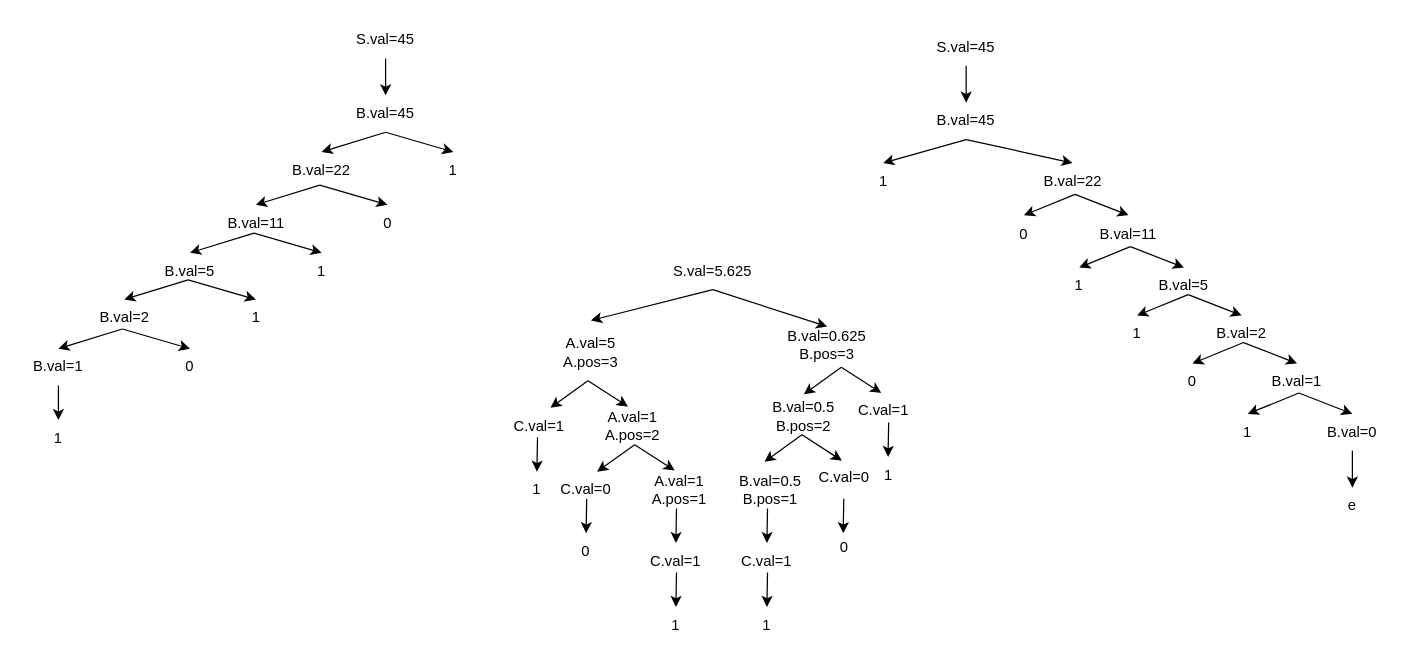
Earlier version of the draw.io diagram 编译原理作业7.drawio (ZYNsama666/BackUp). Source tidied: cells renumbered, new cells numbered last; positions are measured from the earlier drawing's top-left corner, leaving out a move shared by most shapes. Both pictures are drawn from the tidied source at 123%, with x=0, y=0 at pixel (21, 21).
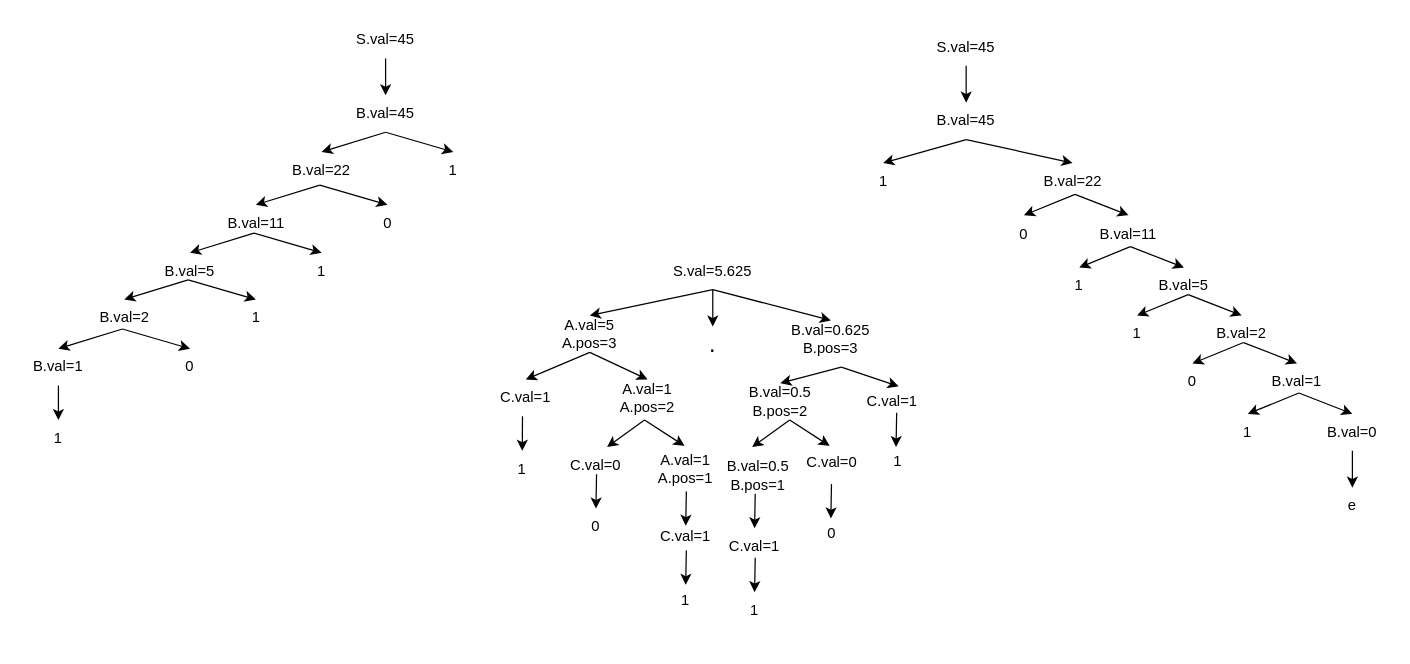
The same page after the edit.

Commit message (it also covers changes not shown here):
更新编译原理作业7.drawio

The change refers to these unchanged cells:
```xml
<mxCell id="56" value="S.val=5.625" style="text;html=1;strokeColor=none;fillColor=none;align=center;verticalAlign=middle;whiteSpace=wrap;rounded=0;" parent="1" vertex="1">
  <mxGeometry x="532" y="188" width="60" height="30" as="geometry" />
</mxCell>
```

Change to the diagram source:
```diff
@@
+    <mxCell id="93" style="edgeStyle=orthogonalEdgeStyle;rounded=0;jettySize=auto;html=1;" parent="1" edge="1" source="56" target="94">
+      <mxGeometry relative="1" as="geometry" />
+    </mxCell>
@@
-    <mxCell id="57" style="endArrow=classic;html=1;rounded=0;exitX=0.5;exitY=1;exitDx=0;exitDy=0;entryX=0.5;entryY=0;entryDx=0;entryDy=0;" parent="1" edge="1" source="56">
-      <mxGeometry relative="1" as="geometry">
-        <mxPoint x="463" y="243" as="targetPoint" />
-      </mxGeometry>
+    <mxCell id="57" style="endArrow=classic;html=1;rounded=0;exitX=0.5;exitY=1;exitDx=0;exitDy=0;entryX=0.5;entryY=0;entryDx=0;entryDy=0;" parent="1" edge="1" source="56" target="59">
+      <mxGeometry relative="1" as="geometry" />
     </mxCell>
@@
     <mxCell id="59" value="A.val=5&lt;br&gt;A.pos=3" style="text;html=1;strokeColor=none;fillColor=none;align=center;verticalAlign=middle;whiteSpace=wrap;rounded=0;" parent="1" vertex="1">
-      <mxGeometry x="433" y="254" width="60" height="30" as="geometry" />
+      <mxGeometry x="432" y="239" width="60" height="30" as="geometry" />
     </mxCell>
     <mxCell id="60" value="B.val=0.625&lt;br&gt;B.pos=3" style="text;html=1;strokeColor=none;fillColor=none;align=center;verticalAlign=middle;whiteSpace=wrap;rounded=0;" parent="1" vertex="1">
-      <mxGeometry x="625" y="248" width="60" height="30" as="geometry" />
+      <mxGeometry x="628" y="243" width="60" height="30" as="geometry" />
     </mxCell>
-    <mxCell id="61" style="endArrow=classic;html=1;rounded=0;exitX=0.5;exitY=1;exitDx=0;exitDy=0;" parent="1" edge="1">
-      <mxGeometry relative="1" as="geometry">
-        <mxPoint x="460.5" y="292" as="sourcePoint" />
-        <mxPoint x="430" y="314" as="targetPoint" />
-      </mxGeometry>
+    <mxCell id="61" style="endArrow=classic;html=1;rounded=0;exitX=0.5;exitY=1;exitDx=0;exitDy=0;entryX=0.5;entryY=0;entryDx=0;entryDy=0;" parent="1" edge="1" source="59" target="63">
+      <mxGeometry relative="1" as="geometry" />
     </mxCell>
-    <mxCell id="62" style="endArrow=classic;html=1;rounded=0;exitX=0.5;exitY=1;exitDx=0;exitDy=0;" parent="1" edge="1">
-      <mxGeometry relative="1" as="geometry">
-        <mxPoint x="460.5" y="292" as="sourcePoint" />
-        <mxPoint x="493" y="313" as="targetPoint" />
-      </mxGeometry>
+    <mxCell id="62" style="endArrow=classic;html=1;rounded=0;exitX=0.5;exitY=1;exitDx=0;exitDy=0;entryX=0.5;entryY=0;entryDx=0;entryDy=0;" parent="1" edge="1" source="59" target="64">
+      <mxGeometry relative="1" as="geometry" />
     </mxCell>
     <mxCell id="63" value="C.val=1" style="text;html=1;strokeColor=none;fillColor=none;align=center;verticalAlign=middle;whiteSpace=wrap;rounded=0;" parent="1" vertex="1">
-      <mxGeometry x="391" y="314" width="60" height="30" as="geometry" />
+      <mxGeometry x="380" y="291" width="60" height="30" as="geometry" />
     </mxCell>
     <mxCell id="64" value="A.val=1&lt;br&gt;A.pos=2" style="text;html=1;strokeColor=none;fillColor=none;align=center;verticalAlign=middle;whiteSpace=wrap;rounded=0;" parent="1" vertex="1">
-      <mxGeometry x="467" y="314" width="60" height="30" as="geometry" />
+      <mxGeometry x="479" y="291" width="60" height="30" as="geometry" />
     </mxCell>
     <mxCell id="65" style="endArrow=classic;html=1;rounded=0;exitX=0.5;exitY=1;exitDx=0;exitDy=0;" parent="1" edge="1">
       <mxGeometry relative="1" as="geometry">
-        <mxPoint x="498.5" y="344" as="sourcePoint" />
-        <mxPoint x="468" y="366" as="targetPoint" />
+        <mxPoint x="506.5" y="324" as="sourcePoint" />
+        <mxPoint x="476" y="346" as="targetPoint" />
       </mxGeometry>
     </mxCell>
     <mxCell id="66" style="endArrow=classic;html=1;rounded=0;exitX=0.5;exitY=1;exitDx=0;exitDy=0;" parent="1" edge="1">
       <mxGeometry relative="1" as="geometry">
-        <mxPoint x="498.5" y="344" as="sourcePoint" />
-        <mxPoint x="531" y="365" as="targetPoint" />
+        <mxPoint x="506.5" y="324" as="sourcePoint" />
+        <mxPoint x="539" y="345" as="targetPoint" />
       </mxGeometry>
     </mxCell>
     <mxCell id="67" value="C.val=0" style="text;html=1;strokeColor=none;fillColor=none;align=center;verticalAlign=middle;whiteSpace=wrap;rounded=0;" parent="1" vertex="1">
-      <mxGeometry x="429" y="366" width="60" height="30" as="geometry" />
+      <mxGeometry x="437" y="346" width="60" height="30" as="geometry" />
     </mxCell>
     <mxCell id="68" value="A.val=1&lt;br&gt;A.pos=1" style="text;html=1;strokeColor=none;fillColor=none;align=center;verticalAlign=middle;whiteSpace=wrap;rounded=0;" parent="1" vertex="1">
-      <mxGeometry x="505" y="366" width="60" height="30" as="geometry" />
+      <mxGeometry x="510" y="349" width="60" height="30" as="geometry" />
     </mxCell>
-    <mxCell id="69" style="endArrow=classic;html=1;rounded=0;exitX=0.5;exitY=1;exitDx=0;exitDy=0;entryX=0.5;entryY=0;entryDx=0;entryDy=0;" parent="1" edge="1" target="70">
+    <mxCell id="69" style="endArrow=classic;html=1;rounded=0;exitX=0.5;exitY=1;exitDx=0;exitDy=0;entryX=0.5;entryY=0;entryDx=0;entryDy=0;" parent="1" edge="1">
       <mxGeometry relative="1" as="geometry">
-        <mxPoint x="532.5" y="396" as="sourcePoint" />
+        <mxPoint x="540.5" y="382" as="sourcePoint" />
+        <mxPoint x="540" y="410" as="targetPoint" />
       </mxGeometry>
     </mxCell>
     <mxCell id="70" value="C.val=1" style="text;html=1;strokeColor=none;fillColor=none;align=center;verticalAlign=middle;whiteSpace=wrap;rounded=0;" parent="1" vertex="1">
-      <mxGeometry x="502" y="424" width="60" height="30" as="geometry" />
+      <mxGeometry x="510" y="404" width="60" height="30" as="geometry" />
     </mxCell>
-    <mxCell id="71" style="endArrow=classic;html=1;rounded=0;exitX=0.5;exitY=1;exitDx=0;exitDy=0;entryX=0.5;entryY=0;entryDx=0;entryDy=0;" parent="1" edge="1" target="72">
+    <mxCell id="71" style="endArrow=classic;html=1;rounded=0;exitX=0.5;exitY=1;exitDx=0;exitDy=0;entryX=0.5;entryY=0;entryDx=0;entryDy=0;" parent="1" edge="1">
       <mxGeometry relative="1" as="geometry">
-        <mxPoint x="532.5" y="448" as="sourcePoint" />
+        <mxPoint x="540.5" y="430" as="sourcePoint" />
+        <mxPoint x="540" y="458" as="targetPoint" />
       </mxGeometry>
     </mxCell>
     <mxCell id="72" value="1" style="text;html=1;strokeColor=none;fillColor=none;align=center;verticalAlign=middle;whiteSpace=wrap;rounded=0;" parent="1" vertex="1">
-      <mxGeometry x="502" y="476" width="60" height="30" as="geometry" />
+      <mxGeometry x="510" y="456" width="60" height="30" as="geometry" />
     </mxCell>
     <mxCell id="73" style="endArrow=classic;html=1;rounded=0;exitX=0.5;exitY=1;exitDx=0;exitDy=0;entryX=0.5;entryY=0;entryDx=0;entryDy=0;" parent="1" edge="1" target="74">
       <mxGeometry relative="1" as="geometry">
-        <mxPoint x="459.5" y="388" as="sourcePoint" />
+        <mxPoint x="467.5" y="368" as="sourcePoint" />
       </mxGeometry>
     </mxCell>
     <mxCell id="74" value="0" style="text;html=1;strokeColor=none;fillColor=none;align=center;verticalAlign=middle;whiteSpace=wrap;rounded=0;" parent="1" vertex="1">
-      <mxGeometry x="429" y="416" width="60" height="30" as="geometry" />
+      <mxGeometry x="437" y="396" width="60" height="30" as="geometry" />
     </mxCell>
-    <mxCell id="75" style="endArrow=classic;html=1;rounded=0;exitX=0.5;exitY=1;exitDx=0;exitDy=0;" parent="1" edge="1">
-      <mxGeometry relative="1" as="geometry">
-        <mxPoint x="419.5" y="338" as="sourcePoint" />
-        <mxPoint x="419" y="366" as="targetPoint" />
-      </mxGeometry>
+    <mxCell id="75" style="endArrow=classic;html=1;rounded=0;exitX=0.455;exitY=1;exitDx=0;exitDy=0;exitPerimeter=0;" parent="1" edge="1" source="63" target="76">
+      <mxGeometry relative="1" as="geometry" />
     </mxCell>
     <mxCell id="76" value="1" style="text;html=1;strokeColor=none;fillColor=none;align=center;verticalAlign=middle;whiteSpace=wrap;rounded=0;" parent="1" vertex="1">
-      <mxGeometry x="389" y="366" width="60" height="30" as="geometry" />
+      <mxGeometry x="377" y="349" width="60" height="30" as="geometry" />
     </mxCell>
-    <mxCell id="77" style="endArrow=classic;html=1;rounded=0;exitX=0.5;exitY=1;exitDx=0;exitDy=0;" parent="1" edge="1">
+    <mxCell id="77" style="endArrow=classic;html=1;rounded=0;exitX=0.5;exitY=1;exitDx=0;exitDy=0;entryX=0.5;entryY=0;entryDx=0;entryDy=0;" parent="1" edge="1" target="80">
       <mxGeometry relative="1" as="geometry">
         <mxPoint x="666.5" y="281" as="sourcePoint" />
-        <mxPoint x="636" y="303" as="targetPoint" />
       </mxGeometry>
     </mxCell>
-    <mxCell id="78" style="endArrow=classic;html=1;rounded=0;exitX=0.5;exitY=1;exitDx=0;exitDy=0;" parent="1" edge="1">
+    <mxCell id="78" style="endArrow=classic;html=1;rounded=0;exitX=0.5;exitY=1;exitDx=0;exitDy=0;entryX=0.585;entryY=0.087;entryDx=0;entryDy=0;entryPerimeter=0;" parent="1" edge="1" target="79">
       <mxGeometry relative="1" as="geometry">
         <mxPoint x="666.5" y="281" as="sourcePoint" />
-        <mxPoint x="699" y="302" as="targetPoint" />
       </mxGeometry>
     </mxCell>
     <mxCell id="79" value="C.val=1" style="text;html=1;strokeColor=none;fillColor=none;align=center;verticalAlign=middle;whiteSpace=wrap;rounded=0;" parent="1" vertex="1">
-      <mxGeometry x="671" y="301" width="60" height="30" as="geometry" />
+      <mxGeometry x="678" y="294" width="60" height="30" as="geometry" />
     </mxCell>
     <mxCell id="80" value="B.val=0.5&lt;br&gt;B.pos=2" style="text;html=1;strokeColor=none;fillColor=none;align=center;verticalAlign=middle;whiteSpace=wrap;rounded=0;" parent="1" vertex="1">
-      <mxGeometry x="606" y="306" width="60" height="30" as="geometry" />
+      <mxGeometry x="587" y="294" width="60" height="30" as="geometry" />
     </mxCell>
     <mxCell id="81" style="endArrow=classic;html=1;rounded=0;exitX=0.5;exitY=1;exitDx=0;exitDy=0;" parent="1" edge="1">
       <mxGeometry relative="1" as="geometry">
-        <mxPoint x="634.5" y="336" as="sourcePoint" />
-        <mxPoint x="604" y="358" as="targetPoint" />
+        <mxPoint x="624.5" y="324" as="sourcePoint" />
+        <mxPoint x="594" y="346" as="targetPoint" />
       </mxGeometry>
     </mxCell>
     <mxCell id="82" style="endArrow=classic;html=1;rounded=0;exitX=0.5;exitY=1;exitDx=0;exitDy=0;" parent="1" edge="1">
       <mxGeometry relative="1" as="geometry">
-        <mxPoint x="634.5" y="336" as="sourcePoint" />
-        <mxPoint x="667" y="357" as="targetPoint" />
+        <mxPoint x="624.5" y="324" as="sourcePoint" />
+        <mxPoint x="657" y="345" as="targetPoint" />
       </mxGeometry>
     </mxCell>
     <mxCell id="83" value="C.val=0" style="text;html=1;strokeColor=none;fillColor=none;align=center;verticalAlign=middle;whiteSpace=wrap;rounded=0;" parent="1" vertex="1">
-      <mxGeometry x="639" y="356" width="60" height="30" as="geometry" />
+      <mxGeometry x="629" y="344" width="60" height="30" as="geometry" />
     </mxCell>
     <mxCell id="84" style="endArrow=classic;html=1;rounded=0;exitX=0.5;exitY=1;exitDx=0;exitDy=0;entryX=0.5;entryY=0;entryDx=0;entryDy=0;" parent="1" edge="1">
       <mxGeometry relative="1" as="geometry">
-        <mxPoint x="668.5" y="388" as="sourcePoint" />
-        <mxPoint x="668" y="416" as="targetPoint" />
+        <mxPoint x="658.5" y="376" as="sourcePoint" />
+        <mxPoint x="658" y="404" as="targetPoint" />
       </mxGeometry>
     </mxCell>
     <mxCell id="85" value="B.val=0.5&lt;br&gt;B.pos=1" style="text;html=1;strokeColor=none;fillColor=none;align=center;verticalAlign=middle;whiteSpace=wrap;rounded=0;" parent="1" vertex="1">
-      <mxGeometry x="579" y="366" width="60" height="30" as="geometry" />
+      <mxGeometry x="569" y="354" width="60" height="30" as="geometry" />
     </mxCell>
     <mxCell id="86" style="endArrow=classic;html=1;rounded=0;exitX=0.5;exitY=1;exitDx=0;exitDy=0;" parent="1" edge="1">
       <mxGeometry relative="1" as="geometry">
-        <mxPoint x="705" y="326" as="sourcePoint" />
-        <mxPoint x="704.5" y="354" as="targetPoint" />
+        <mxPoint x="711.5" y="318" as="sourcePoint" />
+        <mxPoint x="711" y="346" as="targetPoint" />
       </mxGeometry>
     </mxCell>
     <mxCell id="87" value="1" style="text;html=1;strokeColor=none;fillColor=none;align=center;verticalAlign=middle;whiteSpace=wrap;rounded=0;" parent="1" vertex="1">
-      <mxGeometry x="674.5" y="354" width="60" height="30" as="geometry" />
+      <mxGeometry x="678" y="346" width="69" height="23" as="geometry" />
     </mxCell>
     <mxCell id="88" value="0" style="text;html=1;strokeColor=none;fillColor=none;align=center;verticalAlign=middle;whiteSpace=wrap;rounded=0;" parent="1" vertex="1">
-      <mxGeometry x="639" y="413" width="60" height="30" as="geometry" />
+      <mxGeometry x="629" y="401" width="60" height="30" as="geometry" />
     </mxCell>
     <mxCell id="89" style="endArrow=classic;html=1;rounded=0;exitX=0.5;exitY=1;exitDx=0;exitDy=0;entryX=0.5;entryY=0;entryDx=0;entryDy=0;" parent="1" edge="1" target="90">
       <mxGeometry relative="1" as="geometry">
-        <mxPoint x="606.5" y="396" as="sourcePoint" />
+        <mxPoint x="596.5" y="384" as="sourcePoint" />
       </mxGeometry>
     </mxCell>
     <mxCell id="90" value="C.val=1" style="text;html=1;strokeColor=none;fillColor=none;align=center;verticalAlign=middle;whiteSpace=wrap;rounded=0;" parent="1" vertex="1">
-      <mxGeometry x="576" y="424" width="60" height="30" as="geometry" />
+      <mxGeometry x="566" y="412" width="60" height="30" as="geometry" />
     </mxCell>
     <mxCell id="91" style="endArrow=classic;html=1;rounded=0;exitX=0.5;exitY=1;exitDx=0;exitDy=0;entryX=0.5;entryY=0;entryDx=0;entryDy=0;" parent="1" edge="1" target="92">
       <mxGeometry relative="1" as="geometry">
-        <mxPoint x="606.5" y="448" as="sourcePoint" />
+        <mxPoint x="596.5" y="436" as="sourcePoint" />
       </mxGeometry>
     </mxCell>
     <mxCell id="92" value="1" style="text;html=1;strokeColor=none;fillColor=none;align=center;verticalAlign=middle;whiteSpace=wrap;rounded=0;" parent="1" vertex="1">
-      <mxGeometry x="576" y="476" width="60" height="30" as="geometry" />
+      <mxGeometry x="566" y="464" width="60" height="30" as="geometry" />
     </mxCell>
+    <mxCell id="94" value="&lt;font style=&quot;font-size: 19px;&quot;&gt;.&lt;/font&gt;" style="text;html=1;strokeColor=none;fillColor=none;align=center;verticalAlign=middle;whiteSpace=wrap;rounded=0;" parent="1" vertex="1">
+      <mxGeometry x="532" y="248" width="60" height="30" as="geometry" />
+    </mxCell>
```
